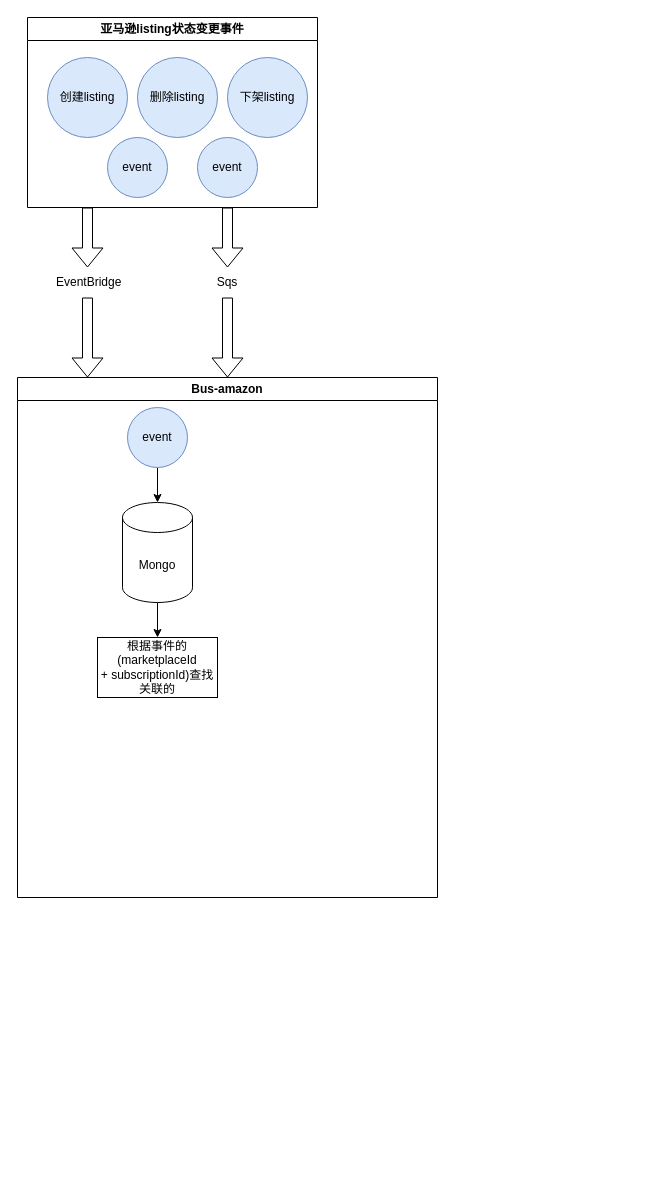
stackWang/tools keeps this draw.io diagram as sqs流程梳理.drawio. Above is the earlier version. Source tidied: cells renumbered, new cells numbered last; positions are measured from the earlier drawing's top-left corner, leaving out a move shared by most shapes. Both pictures are drawn from the tidied source at 100%, with x=0, y=0 at pixel (17, 17).
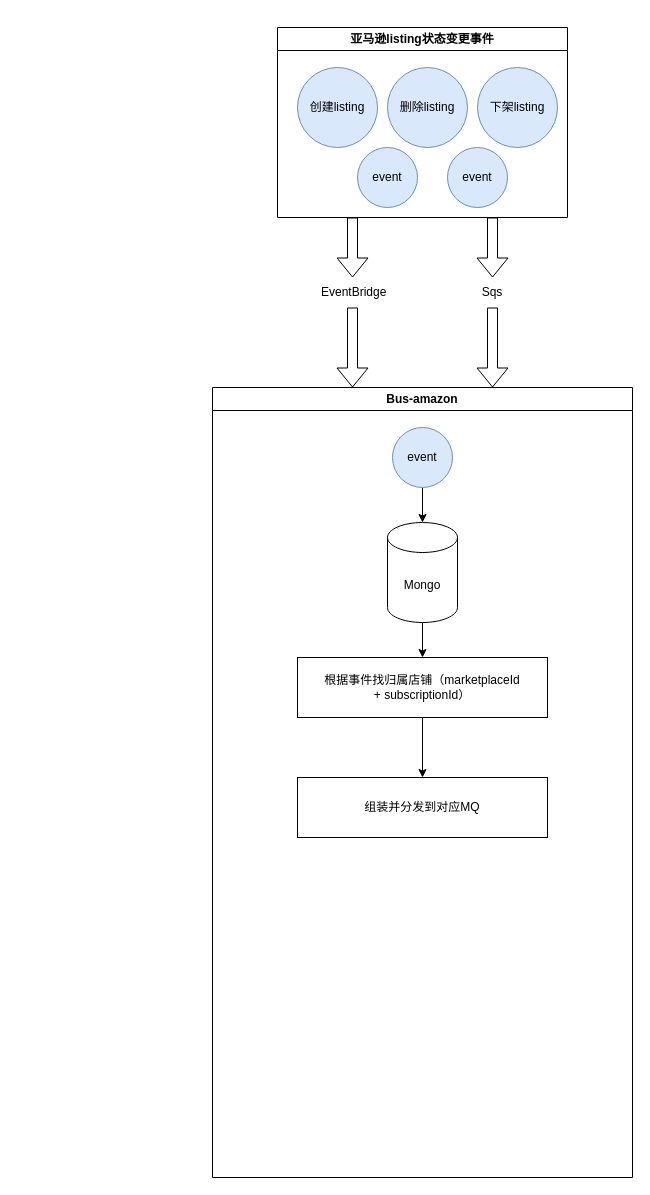
After the change.

Commit message:
更新sqs流程梳理.drawio

What changed in the source:
```diff
@@
     <mxCell id="2" value="亚马逊listing状态变更事件" style="swimlane;whiteSpace=wrap;html=1;startSize=23;" parent="1" vertex="1">
-      <mxGeometry x="10" width="290" height="190" as="geometry" />
+      <mxGeometry x="260" y="10" width="290" height="190" as="geometry" />
     </mxCell>
@@
     <mxCell id="8" style="shape=flexArrow;endArrow=classic;html=1;rounded=0;" parent="1" edge="1" source="10">
       <mxGeometry relative="1" as="geometry">
-        <mxPoint x="70" y="360" as="targetPoint" />
+        <mxPoint x="335" y="370" as="targetPoint" />
       </mxGeometry>
     </mxCell>
     <mxCell id="9" style="shape=flexArrow;endArrow=classic;html=1;rounded=0;" parent="1" edge="1" target="10">
       <mxGeometry relative="1" as="geometry">
-        <mxPoint x="70" y="190" as="sourcePoint" />
+        <mxPoint x="335" y="200" as="sourcePoint" />
       </mxGeometry>
     </mxCell>
     <mxCell id="10" value="&amp;nbsp;EventBridge" style="text;html=1;strokeColor=none;fillColor=none;align=center;verticalAlign=middle;whiteSpace=wrap;rounded=0;" parent="1" vertex="1">
-      <mxGeometry x="40" y="250" width="60" height="30" as="geometry" />
+      <mxGeometry x="305" y="260" width="60" height="30" as="geometry" />
     </mxCell>
     <mxCell id="11" style="shape=flexArrow;endArrow=classic;html=1;rounded=0;" parent="1" edge="1" source="13">
       <mxGeometry relative="1" as="geometry">
-        <mxPoint x="210" y="360" as="targetPoint" />
+        <mxPoint x="475" y="370" as="targetPoint" />
       </mxGeometry>
     </mxCell>
     <mxCell id="12" style="shape=flexArrow;endArrow=classic;html=1;rounded=0;" parent="1" edge="1" target="13">
       <mxGeometry relative="1" as="geometry">
-        <mxPoint x="210" y="190" as="sourcePoint" />
+        <mxPoint x="475" y="200" as="sourcePoint" />
       </mxGeometry>
     </mxCell>
     <mxCell id="13" value="Sqs" style="text;html=1;strokeColor=none;fillColor=none;align=center;verticalAlign=middle;whiteSpace=wrap;rounded=0;" parent="1" vertex="1">
-      <mxGeometry x="180" y="250" width="60" height="30" as="geometry" />
+      <mxGeometry x="445" y="260" width="60" height="30" as="geometry" />
     </mxCell>
     <mxCell id="14" value="Bus-amazon" style="swimlane;whiteSpace=wrap;html=1;" parent="1" vertex="1">
-      <mxGeometry y="360" width="420" height="520" as="geometry" />
+      <mxGeometry x="195" y="370" width="420" height="790" as="geometry" />
     </mxCell>
@@
     <mxCell id="16" value="event" style="ellipse;whiteSpace=wrap;html=1;fillColor=#dae8fc;strokeColor=#6c8ebf;" parent="14" vertex="1">
-      <mxGeometry x="110" y="30" width="60" height="60" as="geometry" />
+      <mxGeometry x="180" y="40" width="60" height="60" as="geometry" />
     </mxCell>
@@
     <mxCell id="18" value="Mongo" style="shape=cylinder3;whiteSpace=wrap;html=1;boundedLbl=1;backgroundOutline=1;size=15;" parent="14" vertex="1">
-      <mxGeometry x="105" y="125" width="70" height="100" as="geometry" />
+      <mxGeometry x="175" y="135" width="70" height="100" as="geometry" />
     </mxCell>
+    <mxCell id="20" style="edgeStyle=orthogonalEdgeStyle;rounded=0;jettySize=auto;html=1;entryX=0.5;entryY=0;entryDx=0;entryDy=0;" parent="14" edge="1" source="19" target="21">
+      <mxGeometry relative="1" as="geometry" />
+    </mxCell>
-    <mxCell id="19" value="根据事件的(marketplaceId +&amp;nbsp;subscriptionId)查找关联的" style="rounded=0;whiteSpace=wrap;html=1;" parent="14" vertex="1">
-      <mxGeometry x="80" y="260" width="120" height="60" as="geometry" />
+    <mxCell id="19" value="根据事件找归属店铺（marketplaceId +&amp;nbsp;subscriptionId&lt;span style=&quot;background-color: initial;&quot;&gt;）&lt;/span&gt;" style="rounded=0;whiteSpace=wrap;html=1;" parent="14" vertex="1">
+      <mxGeometry x="85" y="270" width="250" height="60" as="geometry" />
     </mxCell>
+    <mxCell id="21" value="组装并分发到对应MQ" style="rounded=0;whiteSpace=wrap;html=1;" parent="14" vertex="1">
+      <mxGeometry x="85" y="390" width="250" height="60" as="geometry" />
+    </mxCell>
```
